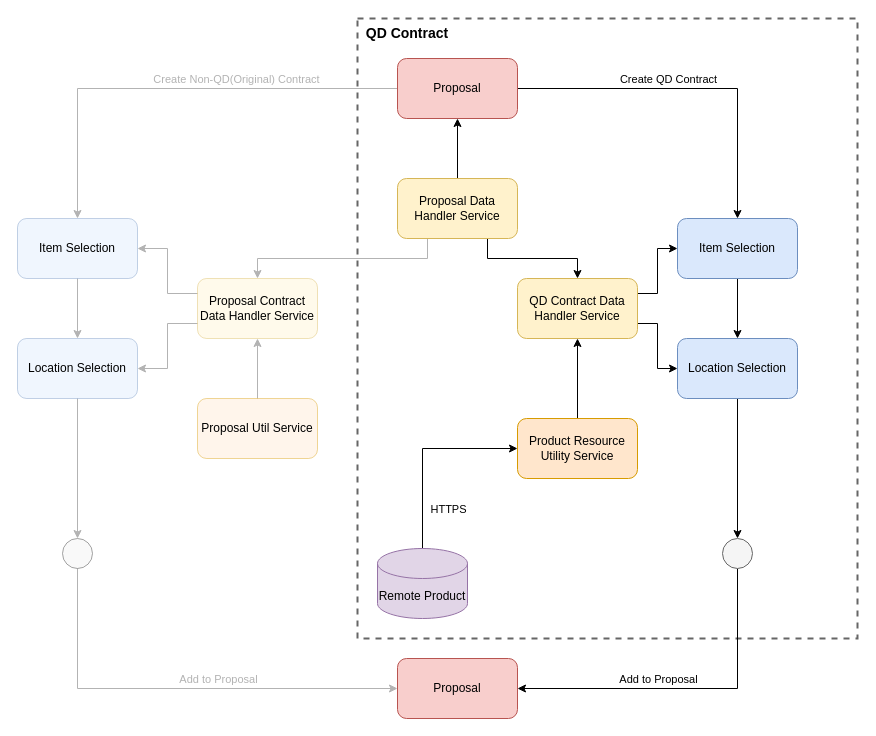
Above: UI - QD contract class diagram.drawio in dajin-kingland/UMLdiagrams (draw.io), before the change. Source tidied: cells renumbered, new cells numbered last; positions are measured from the earlier drawing's top-left corner, leaving out a move shared by most shapes. Both pictures are drawn from the tidied source at 100%, with x=0, y=0 at pixel (17, 18).
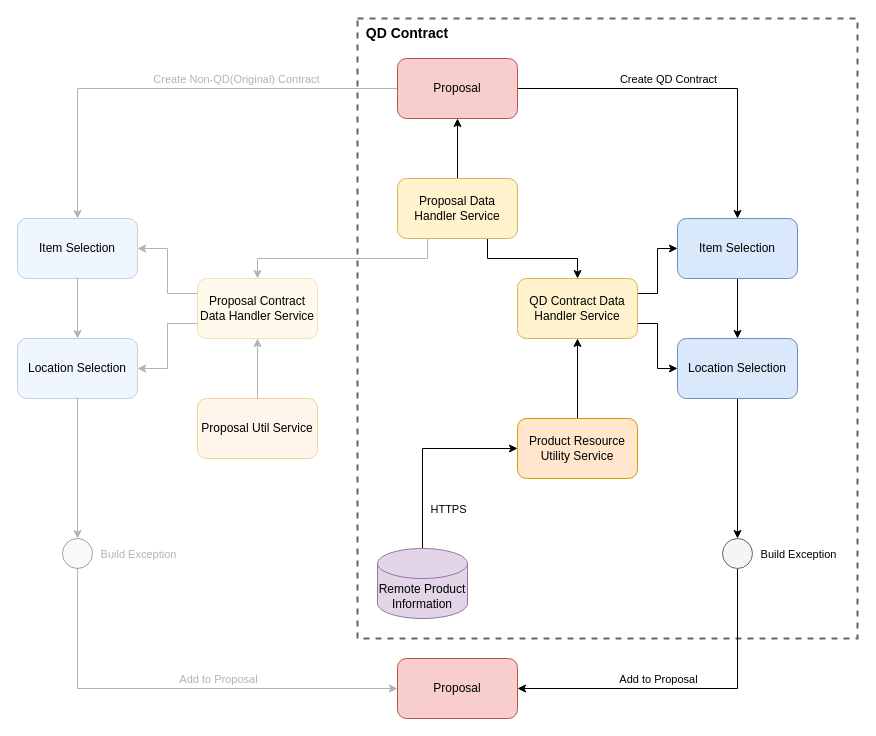
The same diagram, later.

The change refers to these unchanged cells:
```xml
<mxCell id="3" style="edgeStyle=orthogonalEdgeStyle;rounded=0;jettySize=auto;html=1;entryX=0.5;entryY=0;entryDx=0;entryDy=0;" parent="1" edge="1" source="4" target="21">
  <mxGeometry relative="1" as="geometry" />
</mxCell>
<mxCell id="14" style="edgeStyle=orthogonalEdgeStyle;rounded=0;jettySize=auto;html=1;entryX=0.5;entryY=0;entryDx=0;entryDy=0;strokeColor=#B3B3B3;" parent="1" edge="1" source="15" target="18">
  <mxGeometry relative="1" as="geometry" />
</mxCell>
```

The edit, as a diff of the source:
```diff
@@
+    <mxCell id="41" value="Build Exception" style="edgeLabel;html=1;align=center;verticalAlign=middle;fontColor=#000000;" parent="3" vertex="1">
+      <mxGeometry x="0.29" relative="1" as="geometry">
+        <mxPoint x="60" y="65" as="offset" />
+      </mxGeometry>
+    </mxCell>
@@
+    <mxCell id="42" value="Build Exception" style="edgeLabel;html=1;align=center;verticalAlign=middle;fontColor=#B3B3B3;" parent="14" vertex="1">
+      <mxGeometry x="0.19" y="1" relative="1" as="geometry">
+        <mxPoint x="59" y="72" as="offset" />
+      </mxGeometry>
+    </mxCell>
@@
-    <mxCell id="40" value="Remote Product" style="shape=cylinder3;whiteSpace=wrap;html=1;boundedLbl=1;backgroundOutline=1;size=15;strokeColor=#9673a6;strokeWidth=1;fillColor=#e1d5e7;" parent="1" vertex="1">
+    <mxCell id="40" value="Remote Product Information" style="shape=cylinder3;whiteSpace=wrap;html=1;boundedLbl=1;backgroundOutline=1;size=15;strokeColor=#9673a6;strokeWidth=1;fillColor=#e1d5e7;" parent="1" vertex="1">
       <mxGeometry x="360" y="530" width="90" height="70" as="geometry" />
     </mxCell>
```
